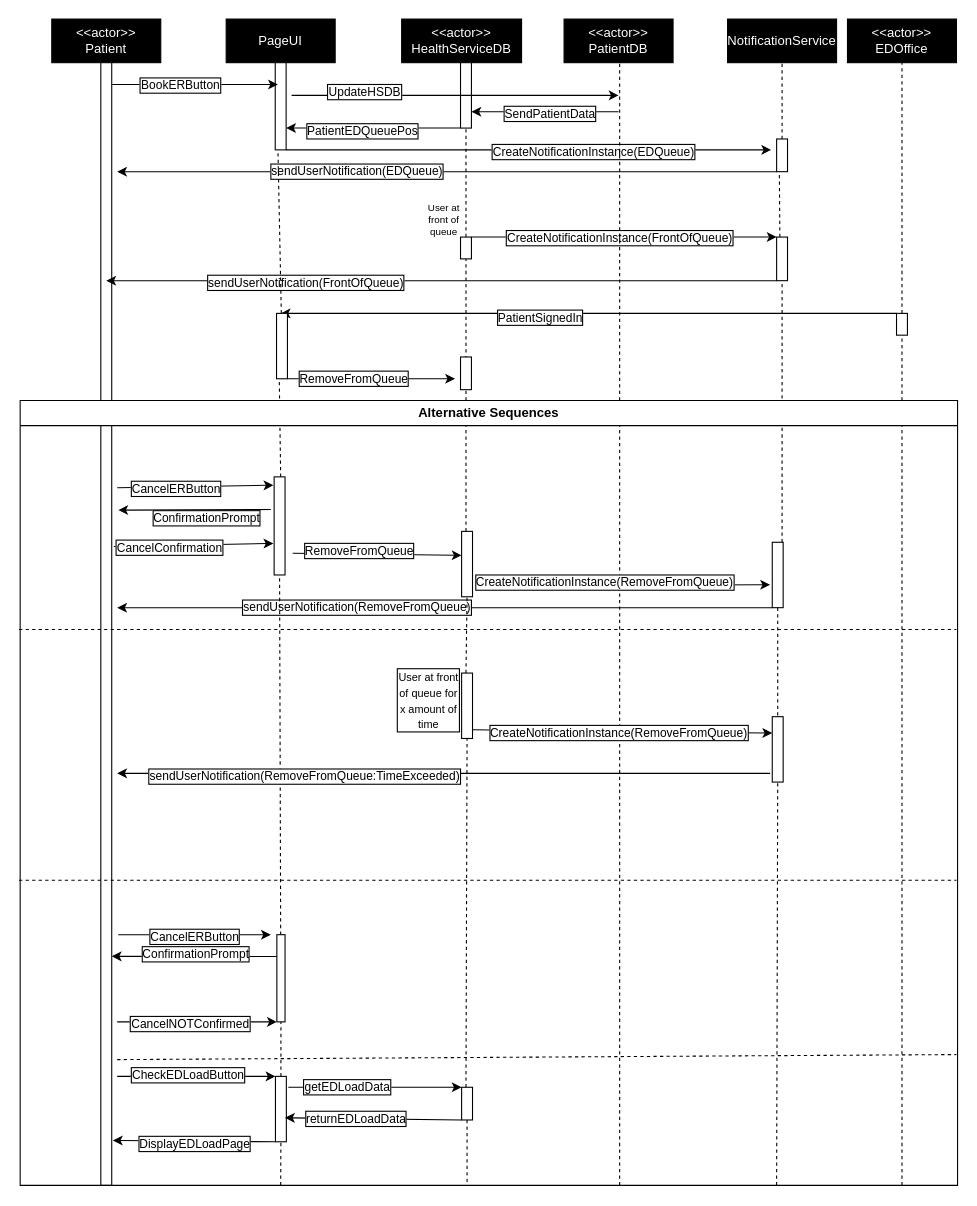
Before: booking_er_sequence.drawio in uvic-teach/project-m1-team8, a draw.io diagram. Source tidied: cells renumbered, new cells numbered last; positions are measured from the earlier drawing's top-left corner, leaving out a move shared by most shapes. Both pictures are drawn from the tidied source at 109%, with x=0, y=0 at pixel (19, 19).
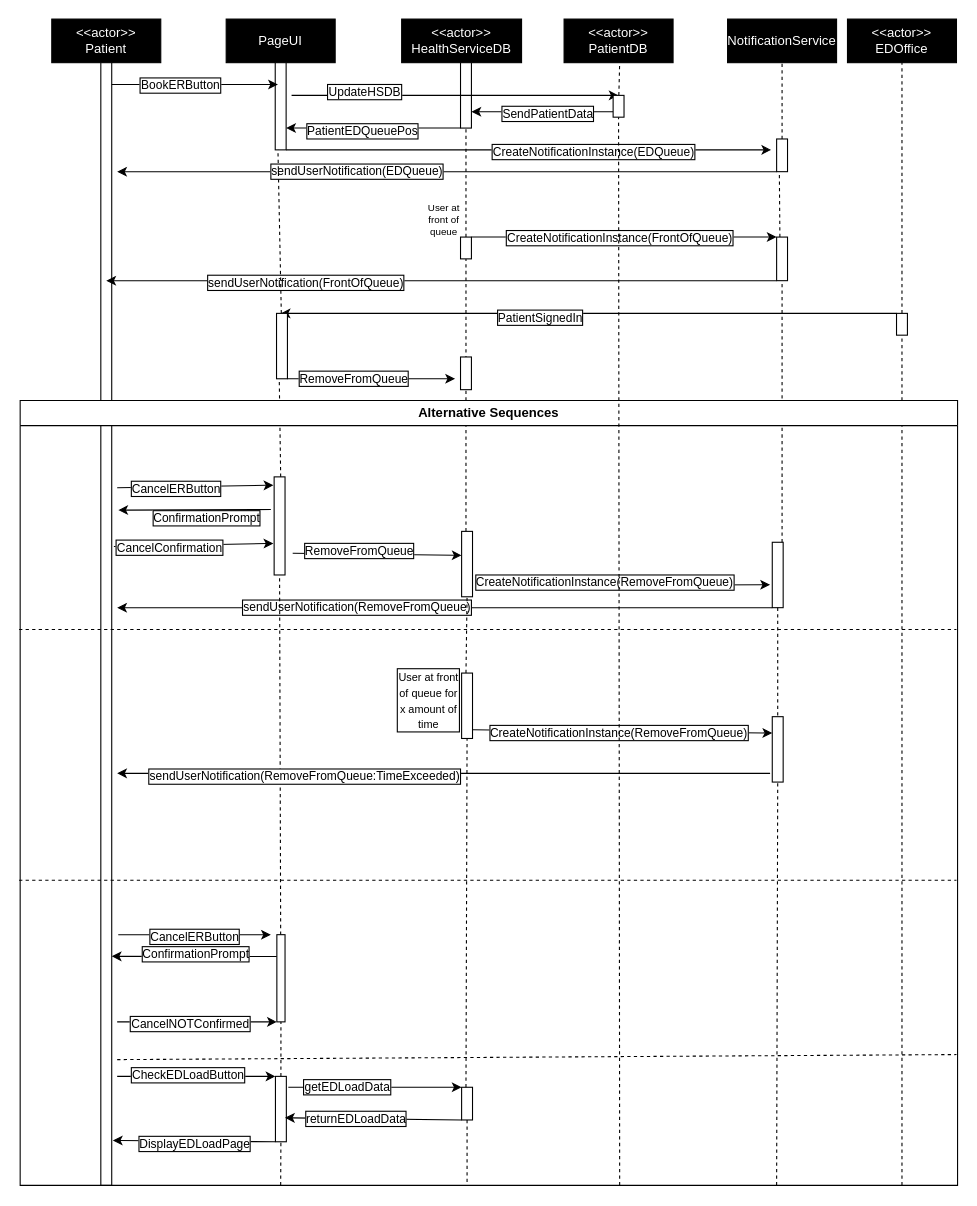
The same page after the edit.

Commit message:
mixor format fix

The change refers to these unchanged cells:
```xml
<mxCell id="8" style="rounded=0;whiteSpace=wrap;html=1;" parent="1" vertex="1">
  <mxGeometry x="405" y="40" width="10" height="60" as="geometry" />
</mxCell>
```

The edit, as a diff of the source:
```diff
@@
-    <mxCell id="50" style="endArrow=none;dashed=1;html=1;rounded=0;entryX=0.5;entryY=1;entryDx=0;entryDy=0;" parent="1" edge="1">
+    <mxCell id="50" style="endArrow=none;dashed=1;html=1;rounded=0;entryX=0.5;entryY=1;entryDx=0;entryDy=0;" parent="1" edge="1" source="101">
       <mxGeometry relative="1" as="geometry">
-        <mxPoint x="551" y="1070" as="sourcePoint" />
         <mxPoint x="551" y="40" as="targetPoint" />
       </mxGeometry>
     </mxCell>
-    <mxCell id="51" style="endArrow=classic;html=1;rounded=0;entryX=1;entryY=0.75;entryDx=0;entryDy=0;" parent="1" edge="1" target="8">
-      <mxGeometry relative="1" as="geometry">
-        <mxPoint x="550" y="85" as="sourcePoint" />
-      </mxGeometry>
+    <mxCell id="51" style="endArrow=classic;html=1;rounded=0;entryX=1;entryY=0.75;entryDx=0;entryDy=0;exitX=0;exitY=0.75;exitDx=0;exitDy=0;" parent="1" edge="1" source="101" target="8">
+      <mxGeometry relative="1" as="geometry" />
     </mxCell>
@@
+    <mxCell id="100" style="endArrow=none;dashed=1;html=1;rounded=0;entryX=0.5;entryY=1;entryDx=0;entryDy=0;" parent="1" edge="1" target="101">
+      <mxGeometry relative="1" as="geometry">
+        <mxPoint x="551" y="1070" as="sourcePoint" />
+      </mxGeometry>
+    </mxCell>
+    <mxCell id="101" style="rounded=0;whiteSpace=wrap;html=1;" parent="1" vertex="1">
+      <mxGeometry x="545" y="70" width="10" height="20" as="geometry" />
+    </mxCell>
```
